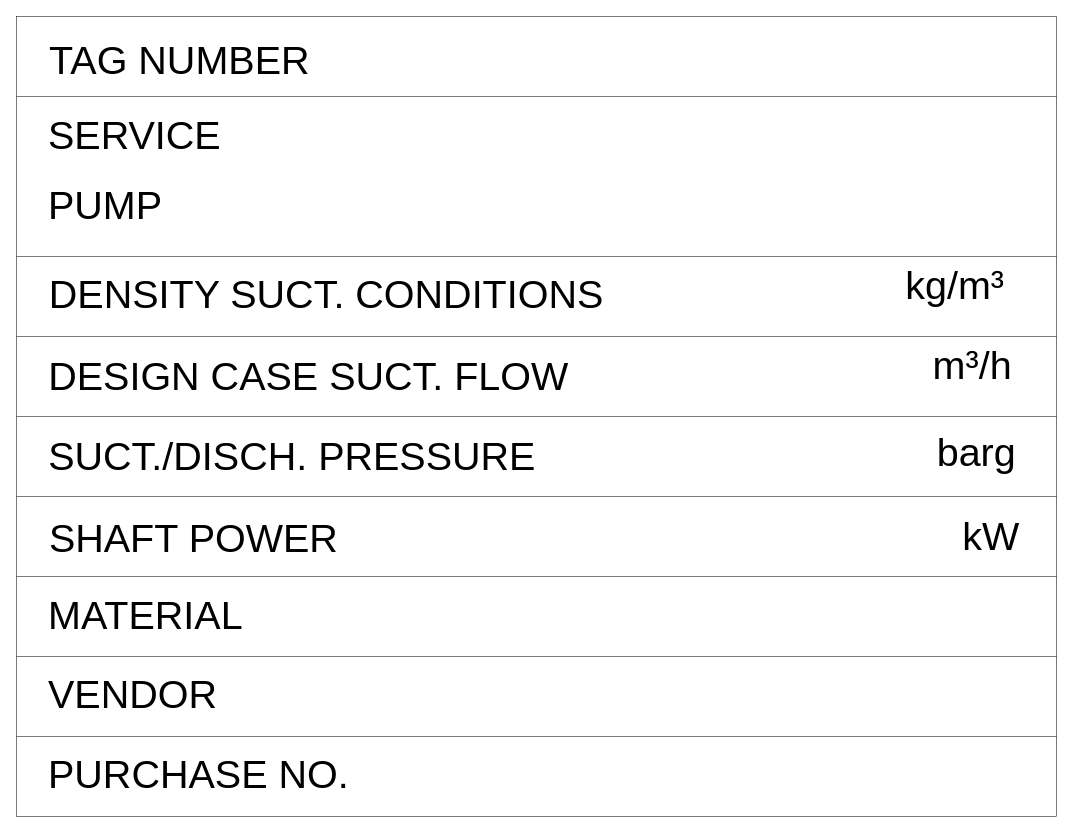
This is DrawIO/ND0302A.drawio from ToniaPedersen/DISCDEXPI, a draw.io file, before an edit. Source tidied: cells renumbered, new cells numbered last; positions are measured from the earlier drawing's top-left corner, leaving out a move shared by most shapes. Both pictures are drawn from the tidied source at 100%, with x=0, y=0 at pixel (16, 16).
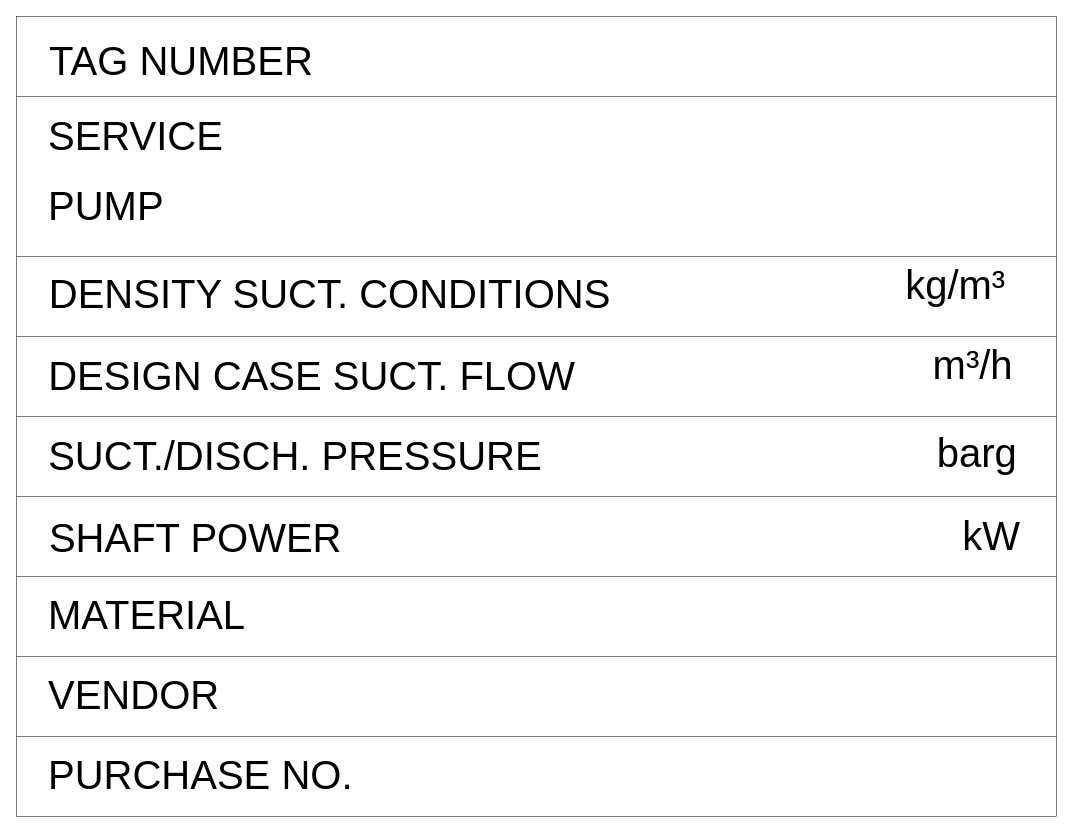
The same page after the edit.

Change to the diagram source:
```diff
@@
-    <mxCell id="11" value="DESIGN CASE SUCT. FLOW" style="text;html=0;whiteSpace=nowrap;align=left;verticalAlign=top;spacing=0;fontFamily=Arial;fontSize=39.5104;fontColor=#000000;rotation=0.0;" parent="1" vertex="1">
+    <mxCell id="11" value="DESIGN CASE SUCT. FLOW" style="text;html=0;whiteSpace=nowrap;align=left;verticalAlign=top;spacing=0;fontFamily=Arial;fontSize=40;fontColor=#000000;rotation=0.0;" parent="1" vertex="1">
       <mxGeometry x="32.2" y="330.3" width="521.5" height="35.6" as="geometry" />
     </mxCell>
-    <mxCell id="12" value="kg/m³" style="text;html=0;whiteSpace=nowrap;align=left;verticalAlign=top;spacing=0;fontFamily=Arial;fontSize=39.5104;fontColor=#000000;rotation=0.0;" parent="1" vertex="1">
+    <mxCell id="12" value="kg/m³" style="text;html=0;whiteSpace=nowrap;align=left;verticalAlign=top;spacing=0;fontFamily=Arial;fontSize=40;fontColor=#000000;rotation=0.0;" parent="1" vertex="1">
       <mxGeometry x="889.2" y="239.3" width="118.5" height="35.6" as="geometry" />
     </mxCell>
-    <mxCell id="13" value="kW" style="text;html=0;whiteSpace=nowrap;align=left;verticalAlign=top;spacing=0;fontFamily=Arial;fontSize=39.5104;fontColor=#000000;rotation=0.0;" parent="1" vertex="1">
+    <mxCell id="13" value="kW" style="text;html=0;whiteSpace=nowrap;align=left;verticalAlign=top;spacing=0;fontFamily=Arial;fontSize=40;fontColor=#000000;rotation=0.0;" parent="1" vertex="1">
       <mxGeometry x="946.2" y="490.2" width="47.4" height="35.6" as="geometry" />
     </mxCell>
-    <mxCell id="14" value="m³/h" style="text;html=0;whiteSpace=nowrap;align=left;verticalAlign=top;spacing=0;fontFamily=Arial;fontSize=39.5104;fontColor=#000000;rotation=0.0;" parent="1" vertex="1">
+    <mxCell id="14" value="m³/h" style="text;html=0;whiteSpace=nowrap;align=left;verticalAlign=top;spacing=0;fontFamily=Arial;fontSize=40;fontColor=#000000;rotation=0.0;" parent="1" vertex="1">
       <mxGeometry x="916.6" y="319.3" width="94.8" height="35.6" as="geometry" />
     </mxCell>
-    <mxCell id="15" value="TAG NUMBER" style="text;html=0;whiteSpace=nowrap;align=left;verticalAlign=top;spacing=0;fontFamily=Arial;fontSize=39.5104;fontColor=#000000;rotation=0.0;" parent="1" vertex="1">
+    <mxCell id="15" value="TAG NUMBER" style="text;html=0;whiteSpace=nowrap;align=left;verticalAlign=top;spacing=0;fontFamily=Arial;fontSize=40;fontColor=#000000;rotation=0.0;" parent="1" vertex="1">
       <mxGeometry x="33.1" y="14.7" width="237.1" height="35.6" as="geometry" />
     </mxCell>
-    <mxCell id="16" value="SUCT./DISCH. PRESSURE" style="text;html=0;whiteSpace=nowrap;align=left;verticalAlign=top;spacing=0;fontFamily=Arial;fontSize=39.5104;fontColor=#000000;rotation=0.0;" parent="1" vertex="1">
+    <mxCell id="16" value="SUCT./DISCH. PRESSURE" style="text;html=0;whiteSpace=nowrap;align=left;verticalAlign=top;spacing=0;fontFamily=Arial;fontSize=40;fontColor=#000000;rotation=0.0;" parent="1" vertex="1">
       <mxGeometry x="32.2" y="410.3" width="497.8" height="35.6" as="geometry" />
     </mxCell>
-    <mxCell id="17" value="SHAFT POWER" style="text;html=0;whiteSpace=nowrap;align=left;verticalAlign=top;spacing=0;fontFamily=Arial;fontSize=39.5104;fontColor=#000000;rotation=0.0;" parent="1" vertex="1">
+    <mxCell id="17" value="SHAFT POWER" style="text;html=0;whiteSpace=nowrap;align=left;verticalAlign=top;spacing=0;fontFamily=Arial;fontSize=40;fontColor=#000000;rotation=0.0;" parent="1" vertex="1">
       <mxGeometry x="32.9" y="492" width="260.8" height="35.6" as="geometry" />
     </mxCell>
-    <mxCell id="18" value="SERVICE" style="text;html=0;whiteSpace=nowrap;align=left;verticalAlign=top;spacing=0;fontFamily=Arial;fontSize=39.5104;fontColor=#000000;rotation=0.0;" parent="1" vertex="1">
+    <mxCell id="18" value="SERVICE" style="text;html=0;whiteSpace=nowrap;align=left;verticalAlign=top;spacing=0;fontFamily=Arial;fontSize=40;fontColor=#000000;rotation=0.0;" parent="1" vertex="1">
       <mxGeometry x="32" y="89.9" width="165.9" height="35.6" as="geometry" />
     </mxCell>
-    <mxCell id="19" value="DENSITY SUCT. CONDITIONS " style="text;html=0;whiteSpace=nowrap;align=left;verticalAlign=top;spacing=0;fontFamily=Arial;fontSize=39.5104;fontColor=#000000;rotation=0.0;" parent="1" vertex="1">
+    <mxCell id="19" value="DENSITY SUCT. CONDITIONS " style="text;html=0;whiteSpace=nowrap;align=left;verticalAlign=top;spacing=0;fontFamily=Arial;fontSize=40;fontColor=#000000;rotation=0.0;" parent="1" vertex="1">
       <mxGeometry x="32.8" y="248" width="592.7" height="35.6" as="geometry" />
     </mxCell>
-    <mxCell id="20" value="VENDOR" style="text;html=0;whiteSpace=nowrap;align=left;verticalAlign=top;spacing=0;fontFamily=Arial;fontSize=39.5104;fontColor=#000000;rotation=0.0;" parent="1" vertex="1">
+    <mxCell id="20" value="VENDOR" style="text;html=0;whiteSpace=nowrap;align=left;verticalAlign=top;spacing=0;fontFamily=Arial;fontSize=40;fontColor=#000000;rotation=0.0;" parent="1" vertex="1">
       <mxGeometry x="32" y="648.6" width="142.2" height="35.6" as="geometry" />
     </mxCell>
-    <mxCell id="21" value="PURCHASE NO." style="text;html=0;whiteSpace=nowrap;align=left;verticalAlign=top;spacing=0;fontFamily=Arial;fontSize=39.5104;fontColor=#000000;rotation=0.0;" parent="1" vertex="1">
+    <mxCell id="21" value="PURCHASE NO." style="text;html=0;whiteSpace=nowrap;align=left;verticalAlign=top;spacing=0;fontFamily=Arial;fontSize=40;fontColor=#000000;rotation=0.0;" parent="1" vertex="1">
       <mxGeometry x="32" y="728.7" width="284.5" height="35.6" as="geometry" />
     </mxCell>
-    <mxCell id="22" value="barg" style="text;html=0;whiteSpace=nowrap;align=left;verticalAlign=top;spacing=0;fontFamily=Arial;fontSize=39.5104;fontColor=#000000;rotation=0.0;" parent="1" vertex="1">
+    <mxCell id="22" value="barg" style="text;html=0;whiteSpace=nowrap;align=left;verticalAlign=top;spacing=0;fontFamily=Arial;fontSize=40;fontColor=#000000;rotation=0.0;" parent="1" vertex="1">
       <mxGeometry x="920.7" y="406.8" width="94.8" height="35.6" as="geometry" />
     </mxCell>
-    <mxCell id="23" value="MATERIAL" style="text;html=0;whiteSpace=nowrap;align=left;verticalAlign=top;spacing=0;fontFamily=Arial;fontSize=39.5104;fontColor=#000000;rotation=0.0;" parent="1" vertex="1">
+    <mxCell id="23" value="MATERIAL" style="text;html=0;whiteSpace=nowrap;align=left;verticalAlign=top;spacing=0;fontFamily=Arial;fontSize=40;fontColor=#000000;rotation=0.0;" parent="1" vertex="1">
       <mxGeometry x="32" y="569.1" width="189.6" height="35.6" as="geometry" />
     </mxCell>
-    <mxCell id="24" value="PUMP" style="text;html=0;whiteSpace=nowrap;align=left;verticalAlign=top;spacing=0;fontFamily=Arial;fontSize=39.5104;fontColor=#000000;rotation=0.0;" parent="1" vertex="1">
+    <mxCell id="24" value="PUMP" style="text;html=0;whiteSpace=nowrap;align=left;verticalAlign=top;spacing=0;fontFamily=Arial;fontSize=40;fontColor=#000000;rotation=0.0;" parent="1" vertex="1">
       <mxGeometry x="32" y="159.8" width="94.8" height="35.6" as="geometry" />
     </mxCell>
```
